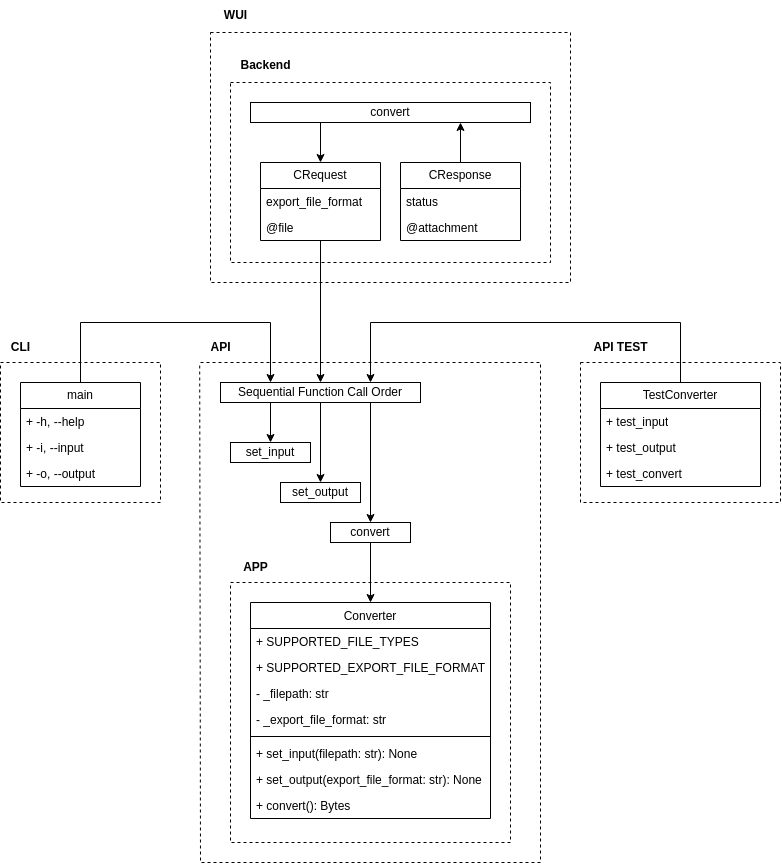
This is _readme/Diagram-WUI.drawio.png from ames0k0/TP--Audio-File-Converter, a draw.io export, as it was before one commit. Source tidied: cells renumbered, new cells last; positions are measured from the earlier drawing's top-left corner, leaving out a move shared by most shapes.
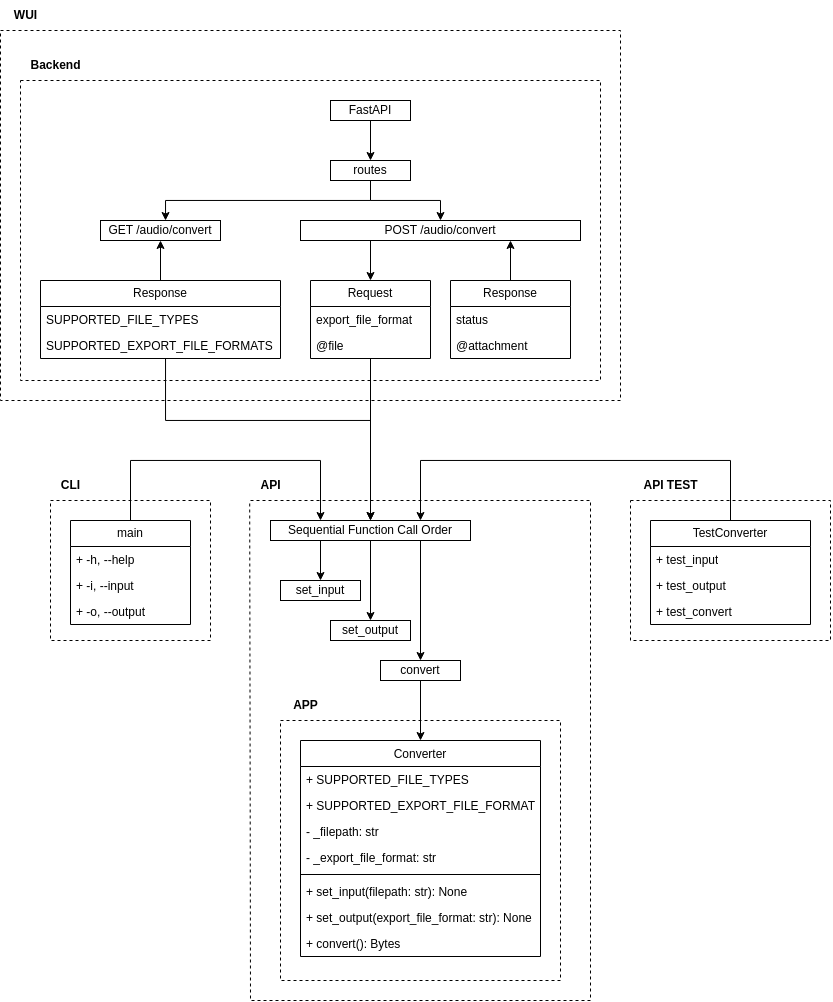
The same file after the commit.

Commit message:
wui: backend: Added `FastAPI`

Diff of the diagram source:
```diff
@@ -2,68 +2,68 @@
   <root>
     <mxCell id="0" />
     <mxCell id="1" parent="0" />
-    <mxCell id="2" style="endArrow=none;dashed=1;html=1;rounded=0;" parent="1" edge="1">
-      <mxGeometry relative="1" as="geometry">
-        <mxPoint y="362" as="sourcePoint" />
-        <mxPoint y="362" as="targetPoint" />
-        <Array as="points">
-          <mxPoint x="160" y="362" />
-          <mxPoint x="160" y="502" />
-          <mxPoint y="502" />
-        </Array>
-      </mxGeometry>
-    </mxCell>
+    <mxCell id="51" style="endArrow=none;dashed=1;html=1;rounded=0;" parent="1" edge="1">
+      <mxGeometry relative="1" as="geometry">
+        <mxPoint y="362" as="sourcePoint" />
+        <mxPoint y="362" as="targetPoint" />
+        <Array as="points">
+          <mxPoint x="160" y="362" />
+          <mxPoint x="160" y="502" />
+          <mxPoint y="502" />
+        </Array>
+      </mxGeometry>
+    </mxCell>
     <mxCell id="3" value="&lt;b&gt;CLI&lt;/b&gt;" style="text;html=1;align=center;verticalAlign=middle;strokeColor=none;fillColor=none;" parent="1" vertex="1">
       <mxGeometry y="332" width="40" height="30" as="geometry" />
     </mxCell>
-    <mxCell id="4" style="endArrow=none;dashed=1;html=1;rounded=0;entryX=-0.02;entryY=1.013;entryDx=0;entryDy=0;entryPerimeter=0;" parent="1" edge="1" target="5">
-      <mxGeometry relative="1" as="geometry">
-        <mxPoint x="200" y="362" as="sourcePoint" />
-        <Array as="points">
-          <mxPoint x="540" y="362" />
-          <mxPoint x="540" y="682" />
-          <mxPoint x="540" y="862" />
-          <mxPoint x="480" y="862" />
-          <mxPoint x="200" y="862" />
-        </Array>
-      </mxGeometry>
-    </mxCell>
+    <mxCell id="52" style="endArrow=none;dashed=1;html=1;rounded=0;entryX=-0.02;entryY=1.013;entryDx=0;entryDy=0;entryPerimeter=0;" parent="1" edge="1" target="5">
+      <mxGeometry relative="1" as="geometry">
+        <mxPoint x="200" y="362" as="sourcePoint" />
+        <Array as="points">
+          <mxPoint x="540" y="362" />
+          <mxPoint x="540" y="682" />
+          <mxPoint x="540" y="862" />
+          <mxPoint x="480" y="862" />
+          <mxPoint x="200" y="862" />
+        </Array>
+      </mxGeometry>
+    </mxCell>
     <mxCell id="5" value="&lt;b&gt;API&lt;/b&gt;" style="text;html=1;align=center;verticalAlign=middle;points=[];strokeColor=none;fillColor=none;" parent="1" vertex="1">
       <mxGeometry x="200" y="332" width="40" height="30" as="geometry" />
     </mxCell>
-    <mxCell id="6" style="edgeStyle=orthogonalEdgeStyle;rounded=0;jettySize=auto;html=1;" parent="1" edge="1" source="7" target="15">
-      <mxGeometry relative="1" as="geometry" />
-    </mxCell>
-    <mxCell id="7" value="convert" style="whiteSpace=wrap;html=1;" parent="1" vertex="1">
-      <mxGeometry x="330" y="522" width="80" height="20" as="geometry" />
-    </mxCell>
+    <mxCell id="53" style="edgeStyle=orthogonalEdgeStyle;rounded=0;jettySize=auto;html=1;" parent="1" edge="1" source="54" target="15">
+      <mxGeometry relative="1" as="geometry" />
+    </mxCell>
+    <mxCell id="54" value="convert" style="whiteSpace=wrap;html=1;" parent="1" vertex="1">
+      <mxGeometry x="330" y="522" width="80" height="20" as="geometry" />
+    </mxCell>
     <mxCell id="8" style="edgeStyle=orthogonalEdgeStyle;rounded=0;jettySize=auto;html=1;exitX=0.25;exitY=1;exitDx=0;exitDy=0;" parent="1" edge="1" source="11" target="12">
       <mxGeometry relative="1" as="geometry" />
     </mxCell>
     <mxCell id="9" style="edgeStyle=orthogonalEdgeStyle;rounded=0;jettySize=auto;html=1;entryX=0.5;entryY=0;entryDx=0;entryDy=0;" parent="1" edge="1" source="11" target="24">
       <mxGeometry relative="1" as="geometry" />
     </mxCell>
-    <mxCell id="10" style="edgeStyle=orthogonalEdgeStyle;rounded=0;jettySize=auto;html=1;exitX=0.75;exitY=1;exitDx=0;exitDy=0;entryX=0.5;entryY=0;entryDx=0;entryDy=0;" parent="1" edge="1" source="11" target="7">
-      <mxGeometry relative="1" as="geometry" />
-    </mxCell>
+    <mxCell id="55" style="edgeStyle=orthogonalEdgeStyle;rounded=0;jettySize=auto;html=1;exitX=0.75;exitY=1;exitDx=0;exitDy=0;entryX=0.5;entryY=0;entryDx=0;entryDy=0;" parent="1" edge="1" source="11" target="54">
+      <mxGeometry relative="1" as="geometry" />
+    </mxCell>
     <mxCell id="11" value="Sequential Function Call Order" style="whiteSpace=wrap;html=1;" parent="1" vertex="1">
       <mxGeometry x="220" y="382" width="200" height="20" as="geometry" />
     </mxCell>
     <mxCell id="12" value="set_input" style="whiteSpace=wrap;html=1;" parent="1" vertex="1">
       <mxGeometry x="230" y="442" width="80" height="20" as="geometry" />
     </mxCell>
-    <mxCell id="13" style="endArrow=none;dashed=1;html=1;rounded=0;" parent="1" edge="1">
-      <mxGeometry relative="1" as="geometry">
-        <mxPoint x="230" y="582" as="sourcePoint" />
-        <mxPoint x="230" y="582" as="targetPoint" />
-        <Array as="points">
-          <mxPoint x="370" y="582" />
-          <mxPoint x="510" y="582" />
-          <mxPoint x="510" y="842" />
-          <mxPoint x="230" y="842" />
-        </Array>
-      </mxGeometry>
-    </mxCell>
+    <mxCell id="56" style="endArrow=none;dashed=1;html=1;rounded=0;" parent="1" edge="1">
+      <mxGeometry relative="1" as="geometry">
+        <mxPoint x="230" y="582" as="sourcePoint" />
+        <mxPoint x="230" y="582" as="targetPoint" />
+        <Array as="points">
+          <mxPoint x="370" y="582" />
+          <mxPoint x="510" y="582" />
+          <mxPoint x="510" y="842" />
+          <mxPoint x="230" y="842" />
+        </Array>
+      </mxGeometry>
+    </mxCell>
     <mxCell id="14" value="&lt;b&gt;APP&lt;/b&gt;" style="text;html=1;align=center;verticalAlign=middle;strokeColor=none;fillColor=none;" parent="1" vertex="1">
       <mxGeometry x="230" y="552" width="50" height="30" as="geometry" />
     </mxCell>
@@ -97,27 +97,27 @@
     <mxCell id="24" value="set_output" style="whiteSpace=wrap;html=1;" parent="1" vertex="1">
       <mxGeometry x="280" y="482" width="80" height="20" as="geometry" />
     </mxCell>
-    <mxCell id="25" style="endArrow=none;dashed=1;html=1;rounded=0;" parent="1" edge="1">
-      <mxGeometry relative="1" as="geometry">
-        <mxPoint x="580" y="362" as="sourcePoint" />
-        <mxPoint x="580" y="362" as="targetPoint" />
-        <Array as="points">
-          <mxPoint x="680" y="362" />
-          <mxPoint x="780" y="362" />
-          <mxPoint x="780" y="502" />
-          <mxPoint x="580" y="502" />
-        </Array>
-      </mxGeometry>
-    </mxCell>
-    <mxCell id="26" style="edgeStyle=orthogonalEdgeStyle;rounded=0;jettySize=auto;html=1;entryX=0.75;entryY=0;entryDx=0;entryDy=0;" parent="1" edge="1" target="11">
-      <mxGeometry relative="1" as="geometry">
-        <mxPoint x="680" y="382" as="sourcePoint" />
-        <Array as="points">
-          <mxPoint x="680" y="322" />
-          <mxPoint x="370" y="322" />
-        </Array>
-      </mxGeometry>
-    </mxCell>
+    <mxCell id="57" style="endArrow=none;dashed=1;html=1;rounded=0;" parent="1" edge="1">
+      <mxGeometry relative="1" as="geometry">
+        <mxPoint x="580" y="362" as="sourcePoint" />
+        <mxPoint x="580" y="362" as="targetPoint" />
+        <Array as="points">
+          <mxPoint x="680" y="362" />
+          <mxPoint x="780" y="362" />
+          <mxPoint x="780" y="502" />
+          <mxPoint x="580" y="502" />
+        </Array>
+      </mxGeometry>
+    </mxCell>
+    <mxCell id="58" style="edgeStyle=orthogonalEdgeStyle;rounded=0;jettySize=auto;html=1;entryX=0.75;entryY=0;entryDx=0;entryDy=0;" parent="1" edge="1" target="11">
+      <mxGeometry relative="1" as="geometry">
+        <mxPoint x="680" y="382" as="sourcePoint" />
+        <Array as="points">
+          <mxPoint x="680" y="322" />
+          <mxPoint x="370" y="322" />
+        </Array>
+      </mxGeometry>
+    </mxCell>
     <mxCell id="27" value="TestConverter" style="swimlane;fontStyle=0;horizontal=1;startSize=26;fillColor=none;whiteSpace=wrap;html=1;" parent="1" vertex="1">
       <mxGeometry x="600" y="382" width="160" height="104" as="geometry" />
     </mxCell>
@@ -153,63 +153,106 @@
     <mxCell id="36" value="+&amp;nbsp;&lt;span style=&quot;text-align: center;&quot;&gt;-o, --output&lt;/span&gt;" style="text;strokeColor=none;fillColor=none;align=left;verticalAlign=top;spacingLeft=4;spacingRight=4;overflow=hidden;whiteSpace=wrap;html=1;" parent="33" vertex="1">
       <mxGeometry y="78" width="120" height="26" as="geometry" />
     </mxCell>
-    <mxCell id="37" style="edgeStyle=orthogonalEdgeStyle;rounded=0;jettySize=auto;html=1;exitX=0.25;exitY=1;exitDx=0;exitDy=0;" parent="1" edge="1" source="38" target="41">
-      <mxGeometry relative="1" as="geometry" />
-    </mxCell>
-    <mxCell id="38" value="convert" style="whiteSpace=wrap;html=1;" parent="1" vertex="1">
-      <mxGeometry x="250" y="102" width="280" height="20" as="geometry" />
-    </mxCell>
-    <mxCell id="39" style="endArrow=none;dashed=1;html=1;rounded=0;" parent="1" edge="1">
-      <mxGeometry relative="1" as="geometry">
-        <mxPoint x="230" y="82" as="sourcePoint" />
-        <mxPoint x="230" y="82" as="targetPoint" />
-        <Array as="points">
-          <mxPoint x="550" y="82" />
-          <mxPoint x="550" y="262" />
-          <mxPoint x="230" y="262" />
-        </Array>
-      </mxGeometry>
-    </mxCell>
-    <mxCell id="40" style="edgeStyle=orthogonalEdgeStyle;rounded=0;jettySize=auto;html=1;entryX=0.5;entryY=0;entryDx=0;entryDy=0;" parent="1" edge="1" source="41" target="11">
-      <mxGeometry relative="1" as="geometry" />
-    </mxCell>
-    <mxCell id="41" value="CRequest" style="swimlane;fontStyle=0;horizontal=1;startSize=26;fillColor=none;whiteSpace=wrap;html=1;" parent="1" vertex="1">
-      <mxGeometry x="260" y="162" width="120" height="78" as="geometry" />
-    </mxCell>
+    <mxCell id="59" style="edgeStyle=orthogonalEdgeStyle;rounded=0;jettySize=auto;html=1;exitX=0.25;exitY=1;exitDx=0;exitDy=0;" parent="1" edge="1" source="60" target="63">
+      <mxGeometry relative="1" as="geometry" />
+    </mxCell>
+    <mxCell id="60" value="POST /audio/convert" style="whiteSpace=wrap;html=1;" parent="1" vertex="1">
+      <mxGeometry x="250" y="82" width="280" height="20" as="geometry" />
+    </mxCell>
+    <mxCell id="61" style="endArrow=none;dashed=1;html=1;rounded=0;" parent="1" edge="1">
+      <mxGeometry relative="1" as="geometry">
+        <mxPoint x="-30" y="-58" as="sourcePoint" />
+        <mxPoint x="-30" y="-58" as="targetPoint" />
+        <Array as="points">
+          <mxPoint x="550" y="-58" />
+          <mxPoint x="550" y="242" />
+          <mxPoint x="-30" y="242" />
+        </Array>
+      </mxGeometry>
+    </mxCell>
+    <mxCell id="62" style="edgeStyle=orthogonalEdgeStyle;rounded=0;jettySize=auto;html=1;entryX=0.5;entryY=0;entryDx=0;entryDy=0;" parent="1" edge="1" source="63" target="11">
+      <mxGeometry relative="1" as="geometry" />
+    </mxCell>
+    <mxCell id="63" value="Request" style="swimlane;fontStyle=0;horizontal=1;startSize=26;fillColor=none;whiteSpace=wrap;html=1;" parent="1" vertex="1">
+      <mxGeometry x="260" y="142" width="120" height="78" as="geometry" />
+    </mxCell>
-    <mxCell id="42" value="export_file_format" style="text;strokeColor=none;fillColor=none;align=left;verticalAlign=top;spacingLeft=4;spacingRight=4;overflow=hidden;whiteSpace=wrap;html=1;" parent="41" vertex="1">
+    <mxCell id="42" value="export_file_format" style="text;strokeColor=none;fillColor=none;align=left;verticalAlign=top;spacingLeft=4;spacingRight=4;overflow=hidden;whiteSpace=wrap;html=1;" parent="63" vertex="1">
       <mxGeometry y="26" width="120" height="26" as="geometry" />
     </mxCell>
-    <mxCell id="43" value="@file" style="text;strokeColor=none;fillColor=none;align=left;verticalAlign=top;spacingLeft=4;spacingRight=4;overflow=hidden;whiteSpace=wrap;html=1;" parent="41" vertex="1">
+    <mxCell id="43" value="@file" style="text;strokeColor=none;fillColor=none;align=left;verticalAlign=top;spacingLeft=4;spacingRight=4;overflow=hidden;whiteSpace=wrap;html=1;" parent="63" vertex="1">
       <mxGeometry y="52" width="120" height="26" as="geometry" />
     </mxCell>
-    <mxCell id="44" style="edgeStyle=orthogonalEdgeStyle;rounded=0;jettySize=auto;html=1;entryX=0.75;entryY=1;entryDx=0;entryDy=0;" parent="1" edge="1" source="45" target="38">
-      <mxGeometry relative="1" as="geometry" />
-    </mxCell>
-    <mxCell id="45" value="CResponse" style="swimlane;fontStyle=0;horizontal=1;startSize=26;fillColor=none;whiteSpace=wrap;html=1;" parent="1" vertex="1">
-      <mxGeometry x="400" y="162" width="120" height="78" as="geometry" />
-    </mxCell>
+    <mxCell id="64" style="edgeStyle=orthogonalEdgeStyle;rounded=0;jettySize=auto;html=1;entryX=0.75;entryY=1;entryDx=0;entryDy=0;" parent="1" edge="1" source="65" target="60">
+      <mxGeometry relative="1" as="geometry" />
+    </mxCell>
+    <mxCell id="65" value="Response" style="swimlane;fontStyle=0;horizontal=1;startSize=26;fillColor=none;whiteSpace=wrap;html=1;" parent="1" vertex="1">
+      <mxGeometry x="400" y="142" width="120" height="78" as="geometry" />
+    </mxCell>
-    <mxCell id="46" value="status" style="text;strokeColor=none;fillColor=none;align=left;verticalAlign=top;spacingLeft=4;spacingRight=4;overflow=hidden;whiteSpace=wrap;html=1;" parent="45" vertex="1">
+    <mxCell id="46" value="status" style="text;strokeColor=none;fillColor=none;align=left;verticalAlign=top;spacingLeft=4;spacingRight=4;overflow=hidden;whiteSpace=wrap;html=1;" parent="65" vertex="1">
       <mxGeometry y="26" width="120" height="26" as="geometry" />
     </mxCell>
-    <mxCell id="47" value="@attachment" style="text;strokeColor=none;fillColor=none;align=left;verticalAlign=top;spacingLeft=4;spacingRight=4;overflow=hidden;whiteSpace=wrap;html=1;" parent="45" vertex="1">
+    <mxCell id="47" value="@attachment" style="text;strokeColor=none;fillColor=none;align=left;verticalAlign=top;spacingLeft=4;spacingRight=4;overflow=hidden;whiteSpace=wrap;html=1;" parent="65" vertex="1">
       <mxGeometry y="52" width="120" height="26" as="geometry" />
     </mxCell>
     <mxCell id="48" value="&lt;b&gt;Backend&lt;/b&gt;" style="text;html=1;align=center;verticalAlign=middle;strokeColor=none;fillColor=none;" parent="1" vertex="1">
-      <mxGeometry x="230" y="50" width="70" height="30" as="geometry" />
+      <mxGeometry x="-30" y="-88" width="70" height="30" as="geometry" />
     </mxCell>
-    <mxCell id="49" style="endArrow=none;dashed=1;html=1;rounded=0;" parent="1" edge="1">
-      <mxGeometry relative="1" as="geometry">
-        <mxPoint x="210" y="32" as="sourcePoint" />
-        <mxPoint x="210" y="32" as="targetPoint" />
-        <Array as="points">
-          <mxPoint x="570" y="32" />
-          <mxPoint x="570" y="282" />
-          <mxPoint x="210" y="282" />
-        </Array>
-      </mxGeometry>
-    </mxCell>
+    <mxCell id="66" style="endArrow=none;dashed=1;html=1;rounded=0;" parent="1" edge="1">
+      <mxGeometry relative="1" as="geometry">
+        <mxPoint x="-50" y="-108" as="sourcePoint" />
+        <mxPoint x="-50" y="-108" as="targetPoint" />
+        <Array as="points">
+          <mxPoint x="570" y="-108" />
+          <mxPoint x="570" y="262" />
+          <mxPoint x="-50" y="262" />
+        </Array>
+      </mxGeometry>
+    </mxCell>
     <mxCell id="50" value="&lt;b&gt;WUI&lt;/b&gt;" style="text;html=1;align=center;verticalAlign=middle;strokeColor=none;fillColor=none;" parent="1" vertex="1">
-      <mxGeometry x="210" width="50" height="30" as="geometry" />
+      <mxGeometry x="-50" y="-138" width="50" height="30" as="geometry" />
     </mxCell>
+    <mxCell id="67" style="edgeStyle=orthogonalEdgeStyle;rounded=0;jettySize=auto;html=1;" parent="1" edge="1" source="69" target="60">
+      <mxGeometry relative="1" as="geometry" />
+    </mxCell>
+    <mxCell id="68" style="edgeStyle=orthogonalEdgeStyle;rounded=0;jettySize=auto;html=1;" parent="1" edge="1" source="69" target="72">
+      <mxGeometry relative="1" as="geometry">
+        <Array as="points">
+          <mxPoint x="320" y="62" />
+          <mxPoint x="115" y="62" />
+        </Array>
+      </mxGeometry>
+    </mxCell>
+    <mxCell id="69" value="routes" style="whiteSpace=wrap;html=1;" parent="1" vertex="1">
+      <mxGeometry x="280" y="22" width="80" height="20" as="geometry" />
+    </mxCell>
+    <mxCell id="70" style="edgeStyle=orthogonalEdgeStyle;rounded=0;jettySize=auto;html=1;" parent="1" edge="1" source="71" target="69">
+      <mxGeometry relative="1" as="geometry" />
+    </mxCell>
+    <mxCell id="71" value="FastAPI" style="whiteSpace=wrap;html=1;" parent="1" vertex="1">
+      <mxGeometry x="280" y="-38" width="80" height="20" as="geometry" />
+    </mxCell>
+    <mxCell id="72" value="GET /audio/convert" style="whiteSpace=wrap;html=1;" parent="1" vertex="1">
+      <mxGeometry x="50" y="82" width="120" height="20" as="geometry" />
+    </mxCell>
+    <mxCell id="73" style="edgeStyle=orthogonalEdgeStyle;rounded=0;jettySize=auto;html=1;entryX=0.5;entryY=1;entryDx=0;entryDy=0;" parent="1" edge="1" source="75" target="72">
+      <mxGeometry relative="1" as="geometry" />
+    </mxCell>
+    <mxCell id="74" style="edgeStyle=orthogonalEdgeStyle;rounded=0;jettySize=auto;html=1;" parent="1" edge="1" source="75" target="11">
+      <mxGeometry relative="1" as="geometry">
+        <Array as="points">
+          <mxPoint x="115" y="282" />
+          <mxPoint x="320" y="282" />
+        </Array>
+      </mxGeometry>
+    </mxCell>
+    <mxCell id="75" value="Response" style="swimlane;fontStyle=0;horizontal=1;startSize=26;fillColor=none;whiteSpace=wrap;html=1;" parent="1" vertex="1">
+      <mxGeometry x="-10" y="142" width="240" height="78" as="geometry" />
+    </mxCell>
+    <mxCell id="76" value="SUPPORTED_FILE_TYPES" style="text;strokeColor=none;fillColor=none;align=left;verticalAlign=top;spacingLeft=4;spacingRight=4;overflow=hidden;whiteSpace=wrap;html=1;" parent="75" vertex="1">
+      <mxGeometry y="26" width="240" height="26" as="geometry" />
+    </mxCell>
+    <mxCell id="77" value="SUPPORTED_EXPORT_FILE_FORMATS" style="text;strokeColor=none;fillColor=none;align=left;verticalAlign=top;spacingLeft=4;spacingRight=4;overflow=hidden;whiteSpace=wrap;html=1;" parent="75" vertex="1">
+      <mxGeometry y="52" width="240" height="26" as="geometry" />
+    </mxCell>
   </root>
 </mxGraphModel>
```
